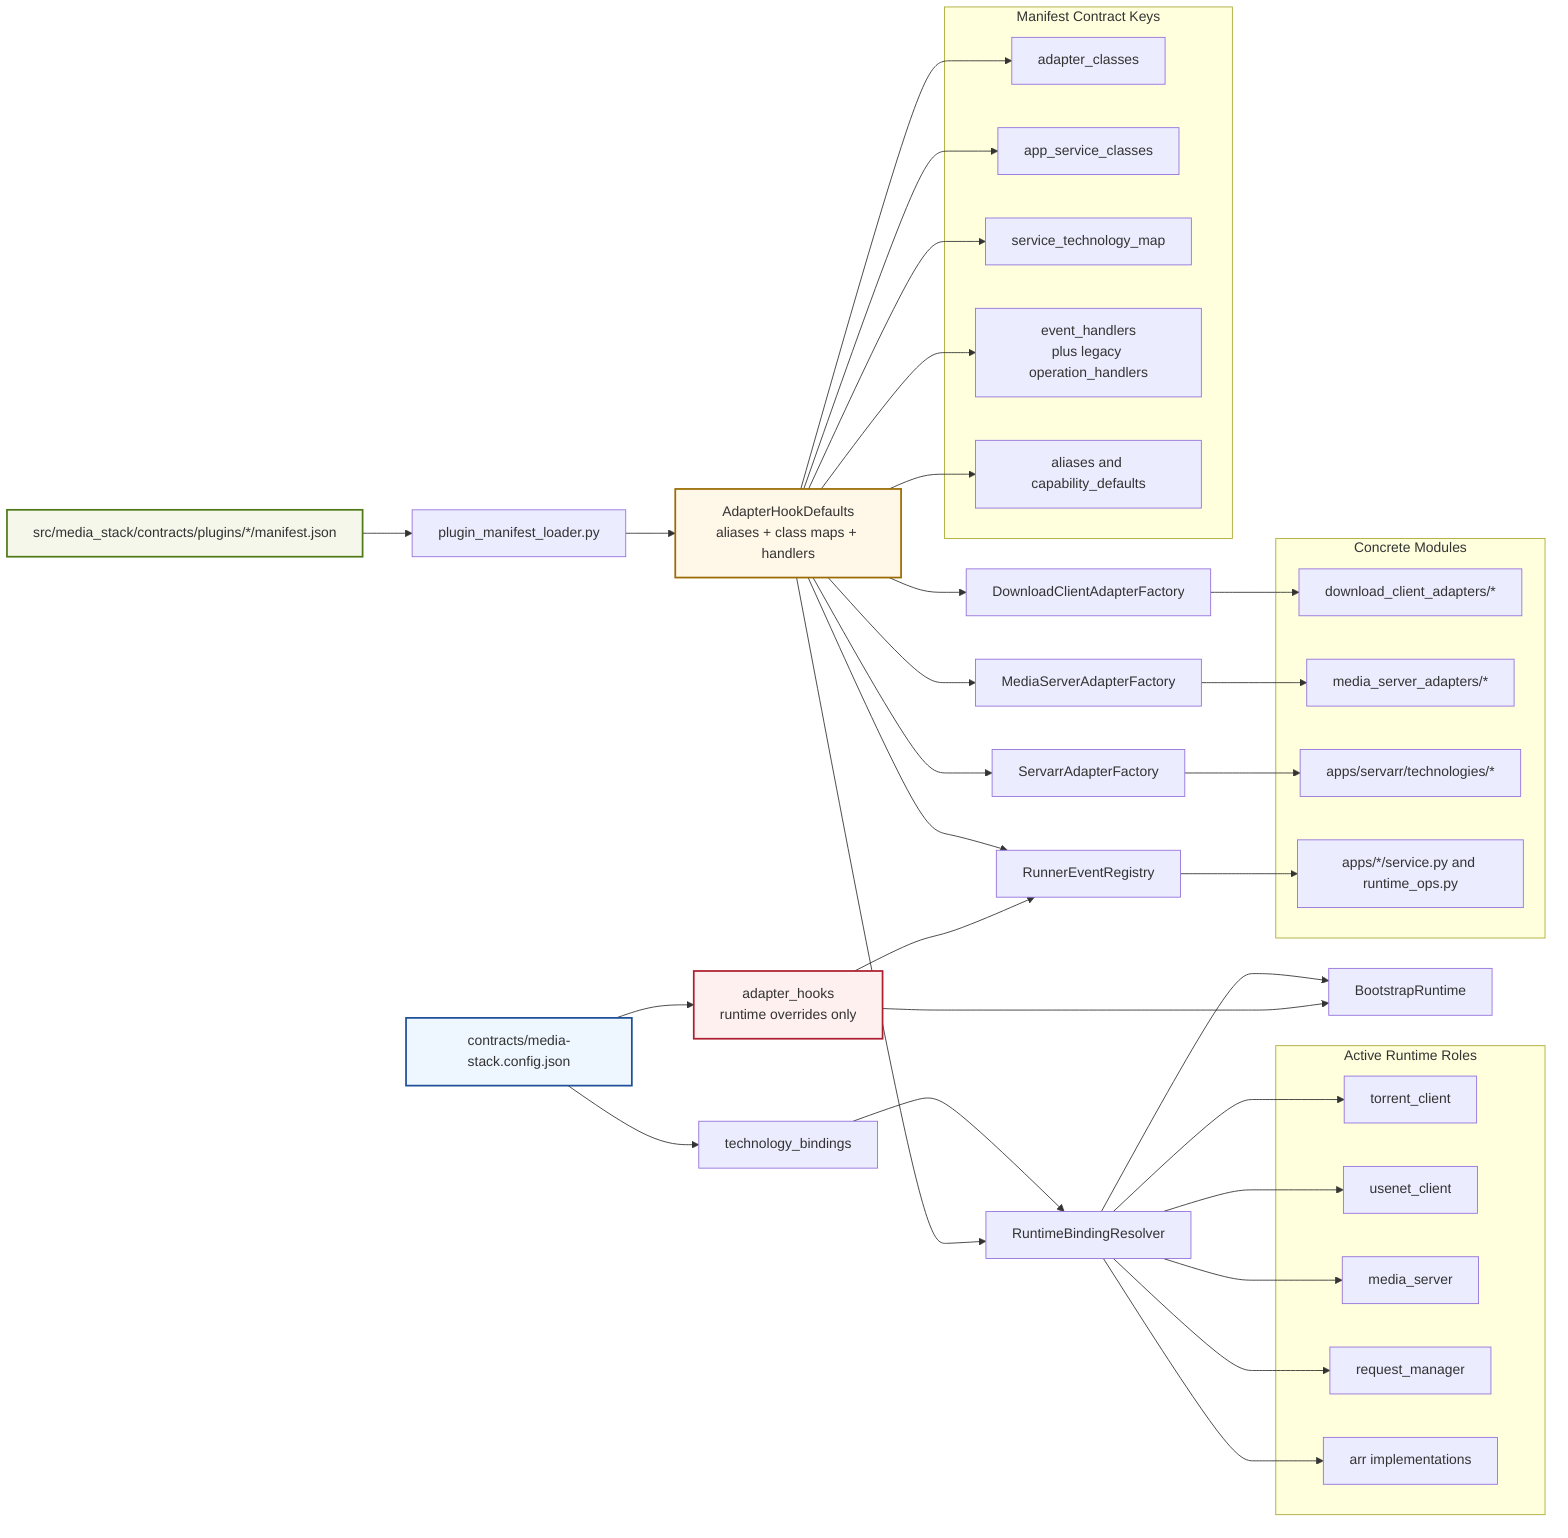
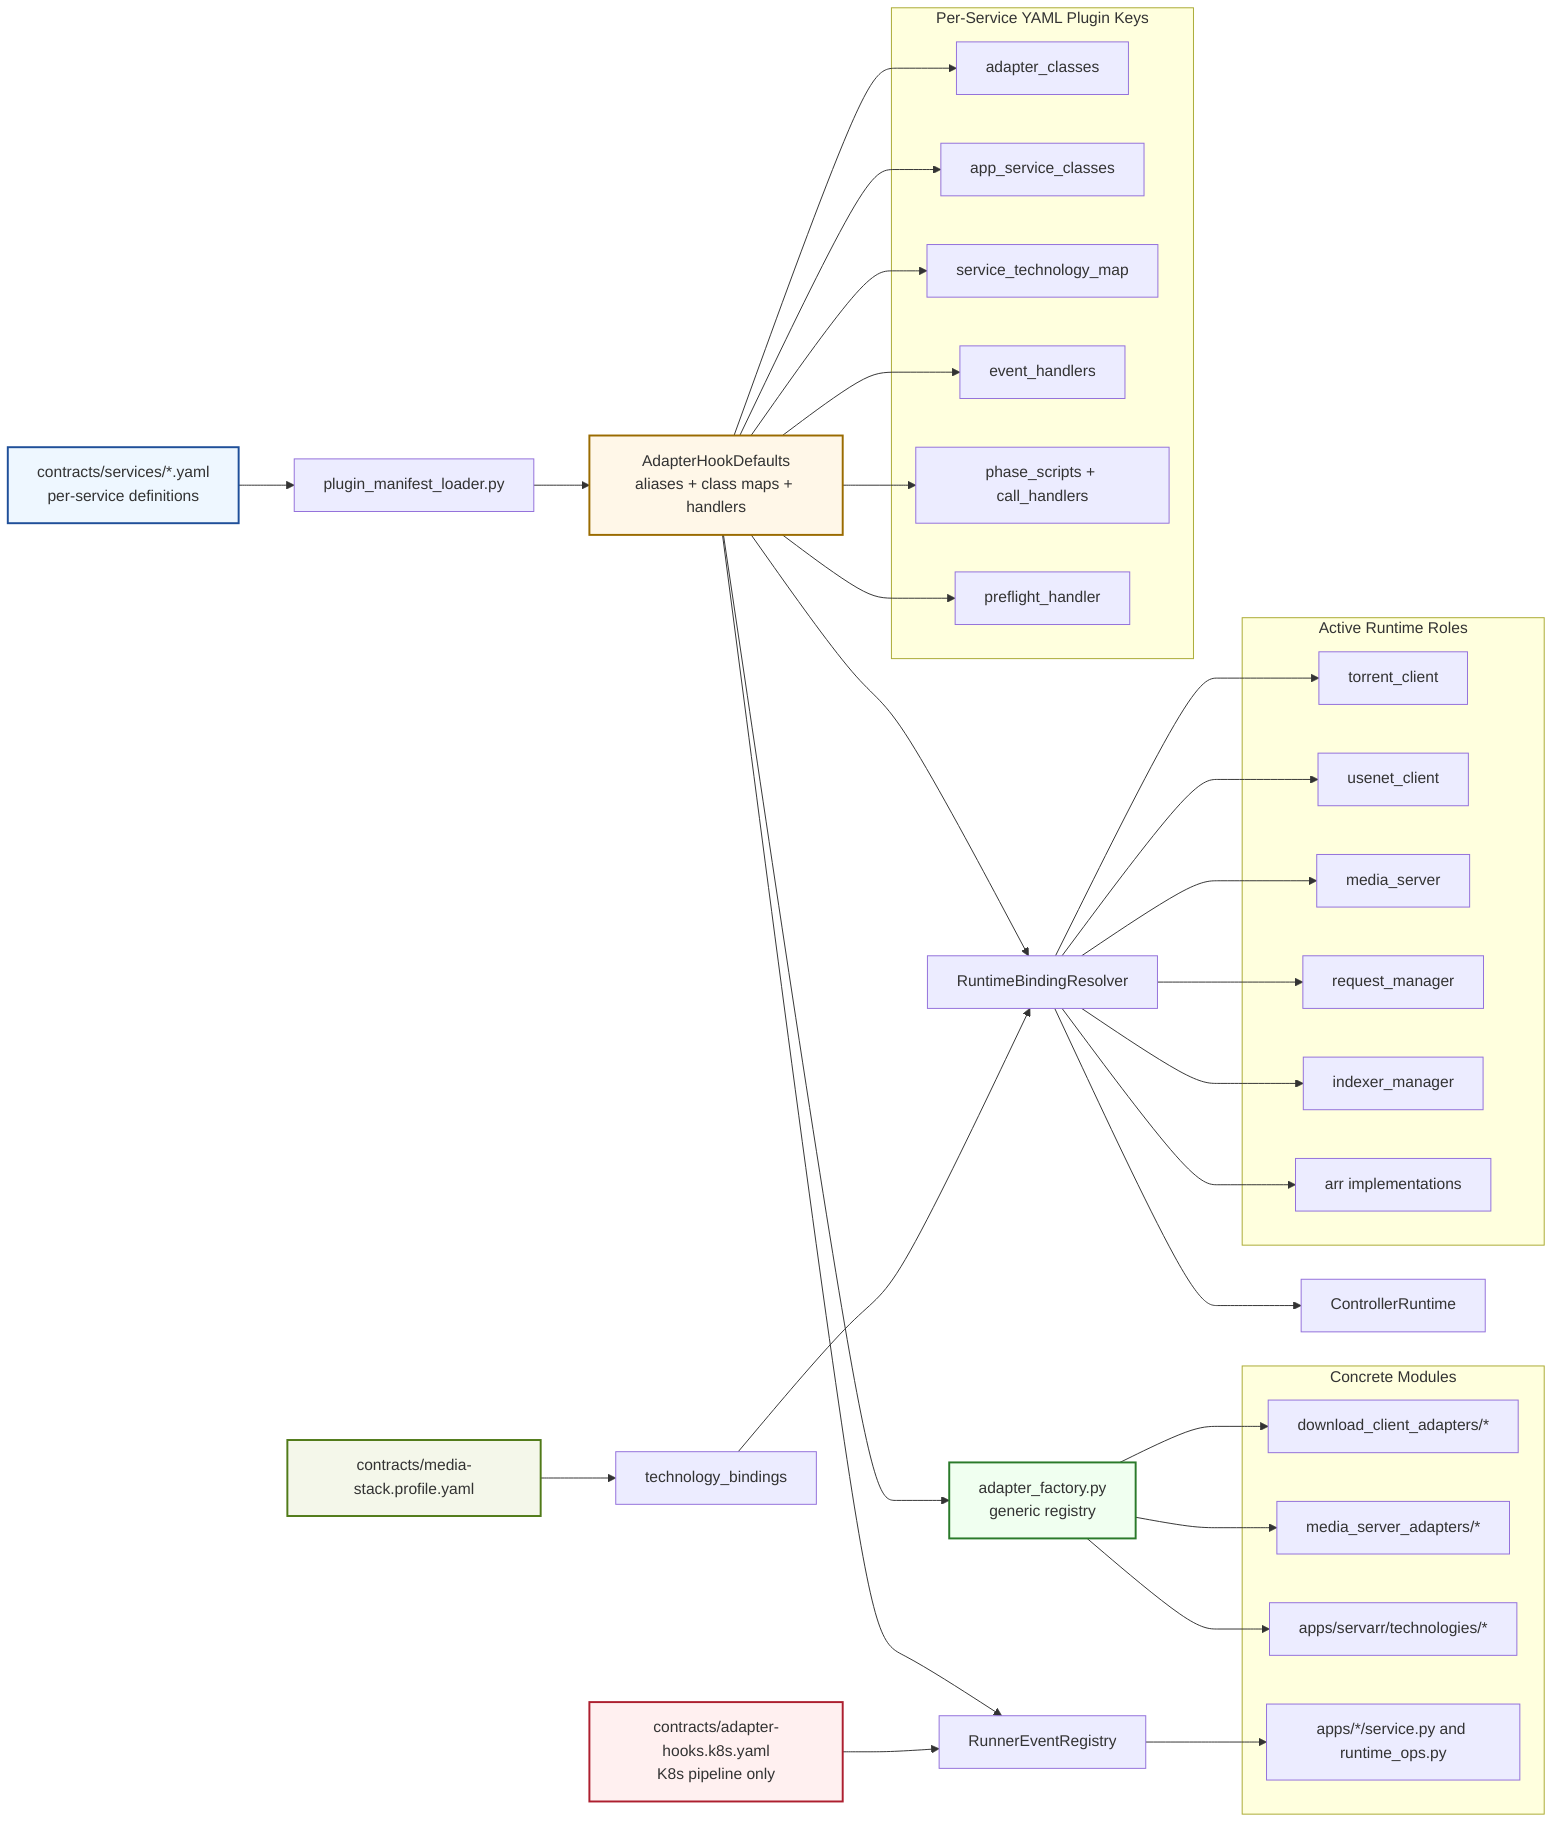
flowchart LR
-   CFG[contracts/media-stack.config.json]
+   SVC[contracts/services/*.yaml<br/>per-service definitions]
+   PROF[contracts/media-stack.profile.yaml]
  BIND[technology_bindings]
-   RH[adapter_hooks<br/>runtime overrides only]
+   K8S[contracts/adapter-hooks.k8s.yaml<br/>K8s pipeline only]

-   PM[src/media_stack/contracts/plugins/*/manifest.json]
  LOAD[plugin_manifest_loader.py]
  DEF[AdapterHookDefaults<br/>aliases + class maps + handlers]

  RES[RuntimeBindingResolver]
-   RT[BootstrapRuntime]
+   RT[ControllerRuntime]

+   AF[adapter_factory.py<br/>generic registry]
  OPREG[RunnerEventRegistry]
-   DLF[DownloadClientAdapterFactory]
-   MSF[MediaServerAdapterFactory]
-   SAF[ServarrAdapterFactory]

  subgraph Roles[Active Runtime Roles]
    TOR[torrent_client]
    USE[usenet_client]
    MED[media_server]
    RQM[request_manager]
+     IDX[indexer_manager]
    ARR[arr implementations]
  end

-   subgraph Contracts[Manifest Contract Keys]
+   subgraph Contracts[Per-Service YAML Plugin Keys]
    C1[adapter_classes]
    C2[app_service_classes]
    C3[service_technology_map]
-     C4[event_handlers<br/>plus legacy operation_handlers]
-     C5[aliases and capability_defaults]
+     C4[event_handlers]
+     C5[phase_scripts + call_handlers]
+     C6[preflight_handler]
  end

  subgraph Impl[Concrete Modules]
    TCA[download_client_adapters/*]
    MSA[media_server_adapters/*]
    SVA[apps/servarr/technologies/*]
    APS[apps/*/service.py and runtime_ops.py]
  end

-   CFG --> BIND --> RES
-   CFG --> RH
+   SVC --> LOAD --> DEF
+   PROF --> BIND --> RES
+   K8S --> OPREG

-   PM --> LOAD --> DEF
  DEF --> C1
  DEF --> C2
  DEF --> C3
  DEF --> C4
  DEF --> C5
+   DEF --> C6

  DEF --> RES
  RES --> TOR
  RES --> USE
  RES --> MED
  RES --> RQM
+   RES --> IDX
  RES --> ARR
  RES --> RT

-   DEF --> DLF
-   DEF --> MSF
-   DEF --> SAF
+   DEF --> AF
+   AF --> TCA
+   AF --> MSA
+   AF --> SVA
  DEF --> OPREG
- 
-   RH --> OPREG
-   RH --> RT
- 
-   DLF --> TCA
-   MSF --> MSA
-   SAF --> SVA
  OPREG --> APS

-   style CFG fill:#eef7ff,stroke:#1f4f99,stroke-width:2px
-   style PM fill:#f4f7ea,stroke:#507a18,stroke-width:2px
+   style SVC fill:#eef7ff,stroke:#1f4f99,stroke-width:2px
+   style PROF fill:#f4f7ea,stroke:#507a18,stroke-width:2px
  style DEF fill:#fff7e8,stroke:#9a6b00,stroke-width:2px
-   style RH fill:#fff0f0,stroke:#ad1f2f,stroke-width:2px
+   style K8S fill:#fff0f0,stroke:#ad1f2f,stroke-width:2px
+   style AF fill:#f0fff0,stroke:#2a7a2a,stroke-width:2px
